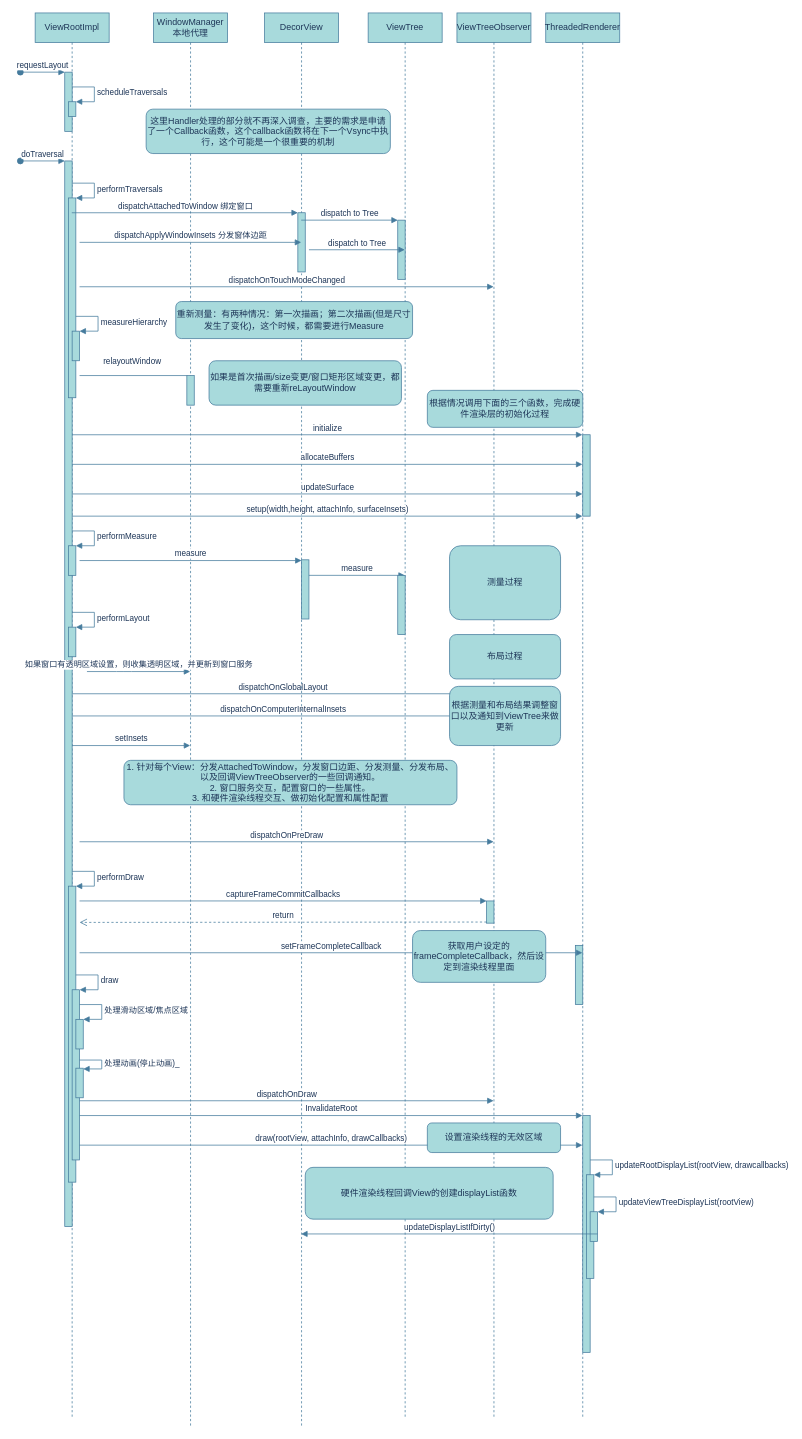
Earlier version of the draw.io diagram 安卓视窗系统渲染架构分析2.drawio (dlwanghw/diagram). Source tidied: cells renumbered, new cells numbered last; positions are measured from the earlier drawing's top-left corner, leaving out a move shared by most shapes. Both pictures are drawn from the tidied source at 74%, with x=0, y=0 at pixel (20, 13).
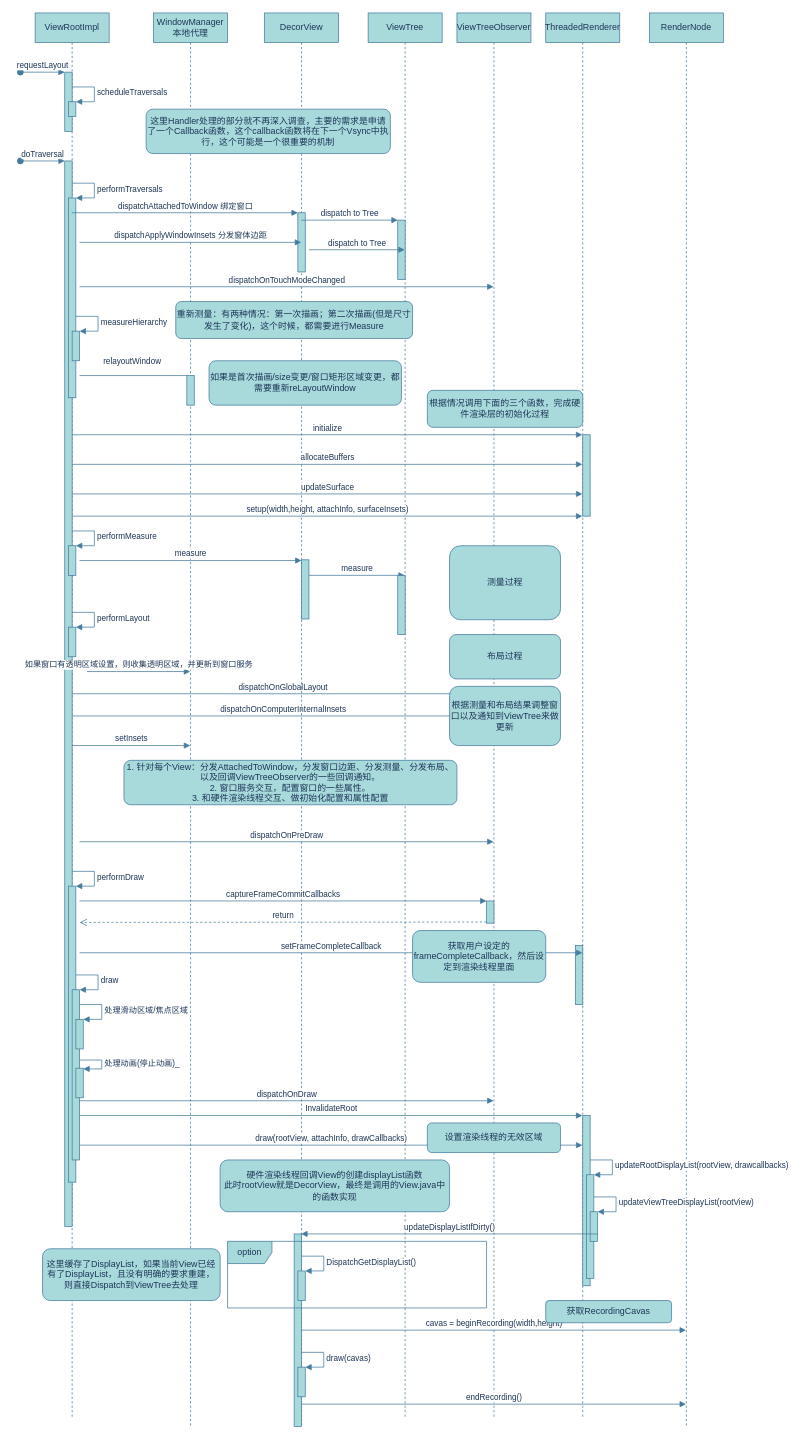
After the change.

Commit message:
Update 安卓视窗系统渲染架构分析2.drawio

What changed in the source:
```diff
@@
+    <mxCell id="81" value="RenderNode" style="shape=umlLifeline;perimeter=lifelinePerimeter;whiteSpace=wrap;html=1;outlineConnect=0;rounded=0;sketch=0;fontColor=#1D3557;strokeColor=#457B9D;fillColor=#A8DADC;" parent="1" vertex="1">
+      <mxGeometry x="850" width="100" height="1910" as="geometry" />
+    </mxCell>
@@
     <mxCell id="63" style="html=1;perimeter=orthogonalPerimeter;rounded=0;sketch=0;fontColor=#1D3557;strokeColor=#457B9D;fillColor=#A8DADC;" parent="14" vertex="1">
-      <mxGeometry x="760" y="1490" width="10" height="320" as="geometry" />
+      <mxGeometry x="760" y="1490" width="10" height="230" as="geometry" />
     </mxCell>
@@
+    <mxCell id="82" style="html=1;perimeter=orthogonalPerimeter;rounded=0;sketch=0;fontColor=#1D3557;strokeColor=#457B9D;fillColor=#A8DADC;" parent="14" vertex="1">
+      <mxGeometry x="370" y="1650" width="10" height="260" as="geometry" />
+    </mxCell>
+    <mxCell id="83" style="html=1;points=[];perimeter=orthogonalPerimeter;rounded=0;sketch=0;fontColor=#1D3557;strokeColor=#457B9D;fillColor=#A8DADC;" parent="14" vertex="1">
+      <mxGeometry x="375" y="1700" width="10" height="40" as="geometry" />
+    </mxCell>
+    <mxCell id="84" value="DispatchGetDisplayList()" style="edgeStyle=orthogonalEdgeStyle;html=1;align=left;spacingLeft=2;endArrow=block;rounded=0;entryX=1;entryY=0;sketch=0;fontColor=#1D3557;strokeColor=#457B9D;fillColor=#A8DADC;curved=0;" parent="14" edge="1" target="83">
+      <mxGeometry relative="1" as="geometry">
+        <mxPoint x="380" y="1680" as="sourcePoint" />
+        <Array as="points">
+          <mxPoint x="410" y="1680" />
+        </Array>
+      </mxGeometry>
+    </mxCell>
+    <mxCell id="85" value="cavas = beginRecording(width,height)" style="html=1;verticalAlign=bottom;endArrow=block;rounded=1;sketch=0;fontColor=#1D3557;strokeColor=#457B9D;fillColor=#A8DADC;curved=0;" parent="14" edge="1" target="81">
+      <mxGeometry relative="1" as="geometry">
+        <mxPoint x="380" y="1780" as="sourcePoint" />
+      </mxGeometry>
+    </mxCell>
+    <mxCell id="86" style="html=1;points=[];perimeter=orthogonalPerimeter;rounded=0;sketch=0;fontColor=#1D3557;strokeColor=#457B9D;fillColor=#A8DADC;" parent="14" vertex="1">
+      <mxGeometry x="375" y="1830" width="10" height="40" as="geometry" />
+    </mxCell>
+    <mxCell id="87" value="draw(cavas)" style="edgeStyle=orthogonalEdgeStyle;html=1;align=left;spacingLeft=2;endArrow=block;rounded=0;entryX=1;entryY=0;sketch=0;fontColor=#1D3557;strokeColor=#457B9D;fillColor=#A8DADC;curved=0;" parent="14" edge="1" target="86">
+      <mxGeometry relative="1" as="geometry">
+        <mxPoint x="380" y="1810" as="sourcePoint" />
+        <Array as="points">
+          <mxPoint x="410" y="1810" />
+        </Array>
+      </mxGeometry>
+    </mxCell>
+    <mxCell id="88" value="endRecording()" style="html=1;verticalAlign=bottom;endArrow=block;rounded=1;sketch=0;fontColor=#1D3557;strokeColor=#457B9D;fillColor=#A8DADC;curved=0;" parent="14" edge="1" target="81">
+      <mxGeometry relative="1" as="geometry">
+        <mxPoint x="380" y="1880" as="sourcePoint" />
+      </mxGeometry>
+    </mxCell>
@@
-    <mxCell id="80" value="硬件渲染线程回调View的创建displayList函数" style="rounded=1;whiteSpace=wrap;html=1;sketch=0;fontColor=#1D3557;strokeColor=#457B9D;fillColor=#A8DADC;" parent="69" vertex="1">
-      <mxGeometry x="385" y="1560" width="335" height="70" as="geometry" />
+    <mxCell id="80" value="硬件渲染线程回调View的创建displayList函数&lt;br&gt;此时rootView就是DecorView，最终是调用的View.java中的函数实现" style="rounded=1;whiteSpace=wrap;html=1;sketch=0;fontColor=#1D3557;strokeColor=#457B9D;fillColor=#A8DADC;" parent="69" vertex="1">
+      <mxGeometry x="270" y="1550" width="310" height="70" as="geometry" />
     </mxCell>
+    <mxCell id="89" value="这里缓存了DisplayList，如果当前View已经有了DisplayList，且没有明确的要求重建，则直接Dispatch到ViewTree去处理" style="rounded=1;whiteSpace=wrap;html=1;sketch=0;fontColor=#1D3557;strokeColor=#457B9D;fillColor=#A8DADC;" parent="69" vertex="1">
+      <mxGeometry x="30" y="1670" width="240" height="70" as="geometry" />
+    </mxCell>
+    <mxCell id="90" value="option" style="shape=umlFrame;whiteSpace=wrap;html=1;rounded=0;sketch=0;fontColor=#1D3557;strokeColor=#457B9D;fillColor=#A8DADC;" parent="69" vertex="1">
+      <mxGeometry x="280" y="1660" width="350" height="90" as="geometry" />
+    </mxCell>
+    <mxCell id="91" value="获取RecordingCavas" style="rounded=1;whiteSpace=wrap;html=1;sketch=0;fontColor=#1D3557;strokeColor=#457B9D;fillColor=#A8DADC;" parent="69" vertex="1">
+      <mxGeometry x="710" y="1740" width="170" height="30" as="geometry" />
+    </mxCell>
```
